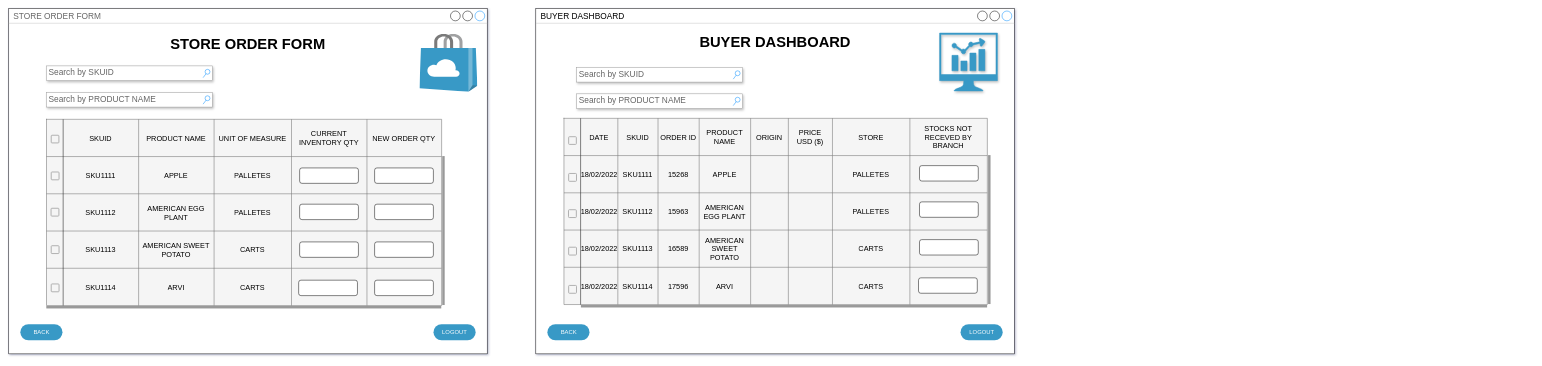
Before: Untitled Diagram.drawio in nahorh/grocery_wireframes, a draw.io diagram. Source tidied: cells renumbered, new cells numbered last; positions are measured from the earlier drawing's top-left corner, leaving out a move shared by most shapes. Both pictures are drawn from the tidied source at 49%, with x=0, y=0 at pixel (8, 8).
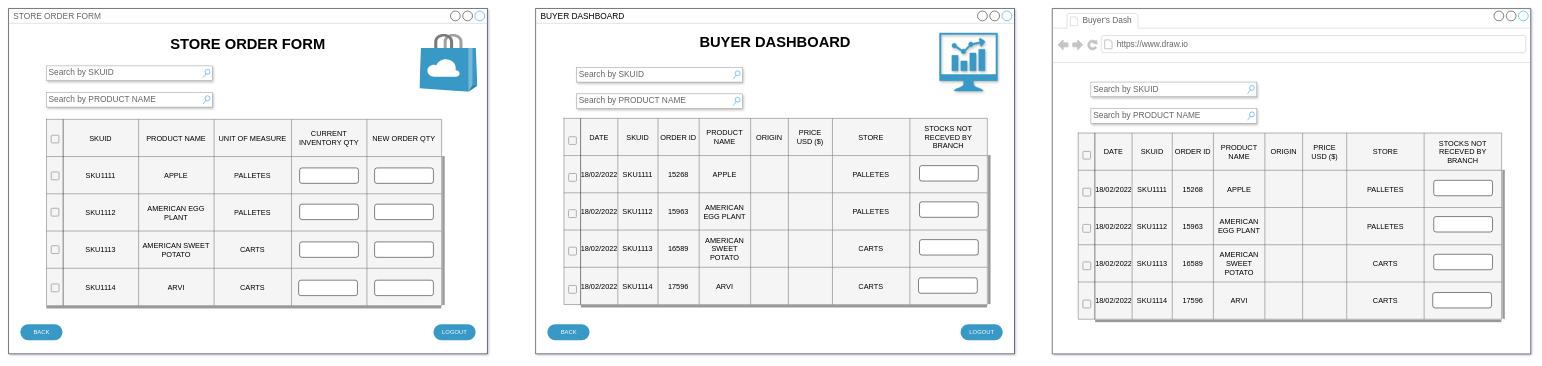
After the change.

Change to the diagram source:
```diff
@@
+    <mxCell id="122" style="strokeWidth=1;shadow=0;dashed=0;align=center;html=1;shape=mxgraph.mockup.containers.browserWindow;rSize=0;strokeColor2=#008cff;strokeColor3=#c4c4c4;mainText=,;rounded=0;sketch=0;fontSize=15;" parent="1" vertex="1">
+      <mxGeometry x="2130" width="976.4" height="704.7" as="geometry" />
+    </mxCell>
+    <mxCell id="123" value="Buyer's Dash" style="strokeWidth=1;shadow=0;dashed=0;align=center;html=1;shape=mxgraph.mockup.containers.anchor;fontSize=17;fontColor=#666666;align=left;rounded=0;sketch=0;fillColor=#3899c6;gradientColor=none;" parent="122" vertex="1">
+      <mxGeometry x="60" y="12" width="110" height="26" as="geometry" />
+    </mxCell>
+    <mxCell id="124" value="https://www.draw.io" style="strokeWidth=1;shadow=0;dashed=0;align=center;html=1;shape=mxgraph.mockup.containers.anchor;rSize=0;fontSize=17;fontColor=#666666;align=left;rounded=0;sketch=0;fillColor=#3899c6;gradientColor=none;" parent="122" vertex="1">
+      <mxGeometry x="130" y="60" width="250" height="26" as="geometry" />
+    </mxCell>
+    <mxCell id="125" style="group;" parent="122" vertex="1">
+      <mxGeometry x="52.9" y="150" width="870.6" height="490" as="geometry" />
+    </mxCell>
+    <mxCell id="126" value="Search by SKUID" style="strokeWidth=1;shadow=1;dashed=0;align=center;html=1;shape=mxgraph.mockup.forms.searchBox;strokeColor=#999999;mainText=;strokeColor2=#008cff;fontColor=#666666;fontSize=17;align=left;spacingLeft=3;" parent="125" vertex="1">
+      <mxGeometry x="25.9" width="338.6" height="30" as="geometry" />
+    </mxCell>
+    <mxCell id="127" value="Search by PRODUCT NAME" style="strokeWidth=1;shadow=1;dashed=0;align=center;html=1;shape=mxgraph.mockup.forms.searchBox;strokeColor=#999999;mainText=;strokeColor2=#008cff;fontColor=#666666;fontSize=17;align=left;spacingLeft=3;" parent="125" vertex="1">
+      <mxGeometry x="25.9" y="54" width="338.6" height="30" as="geometry" />
+    </mxCell>
+    <mxCell id="128" style="shape=table;startSize=0;childLayout=tableLayout;fontSize=15;fillColor=#f5f5f5;strokeColor=#666666;fontColor=#333333;rounded=0;" parent="125" vertex="1">
+      <mxGeometry y="104" width="864.1" height="380" as="geometry" />
+    </mxCell>
+    <mxCell id="129" style="shape=tableRow;horizontal=0;startSize=34;swimlaneHead=0;swimlaneBody=0;top=0;left=0;bottom=0;right=0;fillColor=none;fontSize=15;" parent="128" vertex="1">
+      <mxGeometry width="864.1" height="76" as="geometry" />
+    </mxCell>
+    <mxCell id="130" value="DATE" style="shape=partialRectangle;html=1;whiteSpace=wrap;overflow=hidden;fillColor=none;top=0;left=0;bottom=0;right=0;fontSize=15;" parent="129" vertex="1">
+      <mxGeometry x="34" width="76" height="76" as="geometry" />
+    </mxCell>
+    <mxCell id="131" value="SKUID" style="shape=partialRectangle;html=1;whiteSpace=wrap;overflow=hidden;fillColor=none;top=0;left=0;bottom=0;right=0;fontSize=15;" parent="129" vertex="1">
+      <mxGeometry x="110" width="82" height="76" as="geometry" />
+    </mxCell>
+    <mxCell id="132" value="ORDER ID" style="shape=partialRectangle;html=1;whiteSpace=wrap;overflow=hidden;fillColor=none;top=0;left=0;bottom=0;right=0;fontSize=15;" parent="129" vertex="1">
+      <mxGeometry x="192" width="84" height="76" as="geometry" />
+    </mxCell>
+    <mxCell id="133" value="PRODUCT NAME" style="shape=partialRectangle;html=1;whiteSpace=wrap;overflow=hidden;fillColor=none;top=0;left=0;bottom=0;right=0;fontSize=15;" parent="129" vertex="1">
+      <mxGeometry x="276" width="105" height="76" as="geometry" />
+    </mxCell>
+    <mxCell id="134" value="ORIGIN" style="shape=partialRectangle;html=1;whiteSpace=wrap;overflow=hidden;fillColor=none;top=0;left=0;bottom=0;right=0;fontSize=15;" parent="129" vertex="1">
+      <mxGeometry x="381" width="77" height="76" as="geometry" />
+    </mxCell>
+    <mxCell id="135" value="PRICE&lt;br&gt;USD ($)" style="shape=partialRectangle;html=1;whiteSpace=wrap;overflow=hidden;fillColor=none;top=0;left=0;bottom=0;right=0;fontSize=15;" parent="129" vertex="1">
+      <mxGeometry x="458" width="90" height="76" as="geometry" />
+    </mxCell>
+    <mxCell id="136" value="STORE" style="shape=partialRectangle;html=1;whiteSpace=wrap;overflow=hidden;fillColor=none;top=0;left=0;bottom=0;right=0;fontSize=15;" parent="129" vertex="1">
+      <mxGeometry x="548" width="158" height="76" as="geometry" />
+    </mxCell>
+    <mxCell id="137" value="STOCKS NOT RECEVED BY BRANCH" style="shape=partialRectangle;html=1;whiteSpace=wrap;overflow=hidden;fillColor=none;top=0;left=0;bottom=0;right=0;fontSize=15;" parent="129" vertex="1">
+      <mxGeometry x="706" width="158" height="76" as="geometry" />
+    </mxCell>
+    <mxCell id="138" style="shape=tableRow;horizontal=0;startSize=34;swimlaneHead=0;swimlaneBody=0;top=0;left=0;bottom=0;right=0;fillColor=none;fontSize=15;" parent="128" vertex="1">
+      <mxGeometry y="76" width="864.1" height="76" as="geometry" />
+    </mxCell>
+    <mxCell id="139" value="18/02/2022" style="shape=partialRectangle;html=1;whiteSpace=wrap;overflow=hidden;fillColor=none;top=0;left=0;bottom=0;right=0;fontSize=15;" parent="138" vertex="1">
+      <mxGeometry x="34" width="76" height="76" as="geometry" />
+    </mxCell>
+    <mxCell id="140" value="SKU1111" style="shape=partialRectangle;html=1;whiteSpace=wrap;overflow=hidden;fillColor=none;top=0;left=0;bottom=0;right=0;fontSize=15;" parent="138" vertex="1">
+      <mxGeometry x="110" width="82" height="76" as="geometry" />
+    </mxCell>
+    <mxCell id="141" value="15268" style="shape=partialRectangle;html=1;whiteSpace=wrap;overflow=hidden;fillColor=none;top=0;left=0;bottom=0;right=0;fontSize=15;" parent="138" vertex="1">
+      <mxGeometry x="192" width="84" height="76" as="geometry" />
+    </mxCell>
+    <mxCell id="142" value="APPLE" style="shape=partialRectangle;html=1;whiteSpace=wrap;overflow=hidden;fillColor=none;top=0;left=0;bottom=0;right=0;fontSize=15;" parent="138" vertex="1">
+      <mxGeometry x="276" width="105" height="76" as="geometry" />
+    </mxCell>
+    <mxCell id="143" style="shape=partialRectangle;html=1;whiteSpace=wrap;overflow=hidden;fillColor=none;top=0;left=0;bottom=0;right=0;fontSize=15;" parent="138" vertex="1">
+      <mxGeometry x="381" width="77" height="76" as="geometry" />
+    </mxCell>
+    <mxCell id="144" style="shape=partialRectangle;html=1;whiteSpace=wrap;overflow=hidden;fillColor=none;top=0;left=0;bottom=0;right=0;fontSize=15;" parent="138" vertex="1">
+      <mxGeometry x="458" width="90" height="76" as="geometry" />
+    </mxCell>
+    <mxCell id="145" value="PALLETES" style="shape=partialRectangle;html=1;whiteSpace=wrap;overflow=hidden;fillColor=none;top=0;left=0;bottom=0;right=0;fontSize=15;" parent="138" vertex="1">
+      <mxGeometry x="548" width="158" height="76" as="geometry" />
+    </mxCell>
+    <mxCell id="146" style="shape=partialRectangle;html=1;whiteSpace=wrap;overflow=hidden;fillColor=none;top=0;left=0;bottom=0;right=0;fontSize=15;" parent="138" vertex="1">
+      <mxGeometry x="706" width="158" height="76" as="geometry" />
+    </mxCell>
+    <mxCell id="147" style="shape=tableRow;horizontal=0;startSize=34;swimlaneHead=0;swimlaneBody=0;top=0;left=0;bottom=0;right=0;fillColor=none;fontSize=15;" parent="128" vertex="1">
+      <mxGeometry y="152" width="864.1" height="76" as="geometry" />
+    </mxCell>
+    <mxCell id="148" value="18/02/2022" style="shape=partialRectangle;html=1;whiteSpace=wrap;overflow=hidden;fillColor=none;top=0;left=0;bottom=0;right=0;fontSize=15;" parent="147" vertex="1">
+      <mxGeometry x="34" width="76" height="76" as="geometry" />
+    </mxCell>
+    <mxCell id="149" value="SKU1112" style="shape=partialRectangle;html=1;whiteSpace=wrap;overflow=hidden;fillColor=none;top=0;left=0;bottom=0;right=0;fontSize=15;" parent="147" vertex="1">
+      <mxGeometry x="110" width="82" height="76" as="geometry" />
+    </mxCell>
+    <mxCell id="150" value="15963" style="shape=partialRectangle;html=1;whiteSpace=wrap;overflow=hidden;fillColor=none;top=0;left=0;bottom=0;right=0;fontSize=15;" parent="147" vertex="1">
+      <mxGeometry x="192" width="84" height="76" as="geometry" />
+    </mxCell>
+    <mxCell id="151" value="AMERICAN EGG PLANT" style="shape=partialRectangle;html=1;whiteSpace=wrap;overflow=hidden;fillColor=none;top=0;left=0;bottom=0;right=0;fontSize=15;" parent="147" vertex="1">
+      <mxGeometry x="276" width="105" height="76" as="geometry" />
+    </mxCell>
+    <mxCell id="152" style="shape=partialRectangle;html=1;whiteSpace=wrap;overflow=hidden;fillColor=none;top=0;left=0;bottom=0;right=0;fontSize=15;" parent="147" vertex="1">
+      <mxGeometry x="381" width="77" height="76" as="geometry" />
+    </mxCell>
+    <mxCell id="153" style="shape=partialRectangle;html=1;whiteSpace=wrap;overflow=hidden;fillColor=none;top=0;left=0;bottom=0;right=0;fontSize=15;" parent="147" vertex="1">
+      <mxGeometry x="458" width="90" height="76" as="geometry" />
+    </mxCell>
+    <mxCell id="154" value="PALLETES" style="shape=partialRectangle;html=1;whiteSpace=wrap;overflow=hidden;fillColor=none;top=0;left=0;bottom=0;right=0;fontSize=15;" parent="147" vertex="1">
+      <mxGeometry x="548" width="158" height="76" as="geometry" />
+    </mxCell>
+    <mxCell id="155" style="shape=partialRectangle;html=1;whiteSpace=wrap;overflow=hidden;fillColor=none;top=0;left=0;bottom=0;right=0;fontSize=15;" parent="147" vertex="1">
+      <mxGeometry x="706" width="158" height="76" as="geometry" />
+    </mxCell>
+    <mxCell id="156" style="shape=tableRow;horizontal=0;startSize=34;swimlaneHead=0;swimlaneBody=0;top=0;left=0;bottom=0;right=0;fillColor=none;fontSize=15;" parent="128" vertex="1">
+      <mxGeometry y="228" width="864.1" height="76" as="geometry" />
+    </mxCell>
+    <mxCell id="157" value="&lt;span&gt;18/02/2022&lt;/span&gt;" style="shape=partialRectangle;html=1;whiteSpace=wrap;overflow=hidden;fillColor=none;top=0;left=0;bottom=0;right=0;fontSize=15;" parent="156" vertex="1">
+      <mxGeometry x="34" width="76" height="76" as="geometry" />
+    </mxCell>
+    <mxCell id="158" value="SKU1113" style="shape=partialRectangle;html=1;whiteSpace=wrap;overflow=hidden;fillColor=none;top=0;left=0;bottom=0;right=0;fontSize=15;" parent="156" vertex="1">
+      <mxGeometry x="110" width="82" height="76" as="geometry" />
+    </mxCell>
+    <mxCell id="159" value="16589" style="shape=partialRectangle;html=1;whiteSpace=wrap;overflow=hidden;fillColor=none;top=0;left=0;bottom=0;right=0;fontSize=15;" parent="156" vertex="1">
+      <mxGeometry x="192" width="84" height="76" as="geometry" />
+    </mxCell>
+    <mxCell id="160" value="AMERICAN SWEET POTATO" style="shape=partialRectangle;html=1;whiteSpace=wrap;overflow=hidden;fillColor=none;top=0;left=0;bottom=0;right=0;fontSize=15;" parent="156" vertex="1">
+      <mxGeometry x="276" width="105" height="76" as="geometry" />
+    </mxCell>
+    <mxCell id="161" style="shape=partialRectangle;html=1;whiteSpace=wrap;overflow=hidden;fillColor=none;top=0;left=0;bottom=0;right=0;fontSize=15;" parent="156" vertex="1">
+      <mxGeometry x="381" width="77" height="76" as="geometry" />
+    </mxCell>
+    <mxCell id="162" style="shape=partialRectangle;html=1;whiteSpace=wrap;overflow=hidden;fillColor=none;top=0;left=0;bottom=0;right=0;fontSize=15;" parent="156" vertex="1">
+      <mxGeometry x="458" width="90" height="76" as="geometry" />
+    </mxCell>
+    <mxCell id="163" value="&lt;span&gt;CARTS&lt;/span&gt;" style="shape=partialRectangle;html=1;whiteSpace=wrap;overflow=hidden;fillColor=none;top=0;left=0;bottom=0;right=0;fontSize=15;" parent="156" vertex="1">
+      <mxGeometry x="548" width="158" height="76" as="geometry" />
+    </mxCell>
+    <mxCell id="164" style="shape=partialRectangle;html=1;whiteSpace=wrap;overflow=hidden;fillColor=none;top=0;left=0;bottom=0;right=0;fontSize=15;" parent="156" vertex="1">
+      <mxGeometry x="706" width="158" height="76" as="geometry" />
+    </mxCell>
+    <mxCell id="165" style="shape=tableRow;horizontal=0;startSize=34;swimlaneHead=0;swimlaneBody=0;top=0;left=0;bottom=0;right=0;fillColor=none;fontSize=15;" parent="128" vertex="1">
+      <mxGeometry y="304" width="864.1" height="76" as="geometry" />
+    </mxCell>
+    <mxCell id="166" value="&lt;span&gt;18/02/2022&lt;/span&gt;" style="shape=partialRectangle;html=1;whiteSpace=wrap;overflow=hidden;fillColor=none;top=0;left=0;bottom=0;right=0;fontSize=15;" parent="165" vertex="1">
+      <mxGeometry x="34" width="76" height="76" as="geometry" />
+    </mxCell>
+    <mxCell id="167" value="SKU1114" style="shape=partialRectangle;html=1;whiteSpace=wrap;overflow=hidden;fillColor=none;top=0;left=0;bottom=0;right=0;fontSize=15;" parent="165" vertex="1">
+      <mxGeometry x="110" width="82" height="76" as="geometry" />
+    </mxCell>
+    <mxCell id="168" value="17596" style="shape=partialRectangle;html=1;whiteSpace=wrap;overflow=hidden;fillColor=none;top=0;left=0;bottom=0;right=0;fontSize=15;" parent="165" vertex="1">
+      <mxGeometry x="192" width="84" height="76" as="geometry" />
+    </mxCell>
+    <mxCell id="169" value="ARVI" style="shape=partialRectangle;html=1;whiteSpace=wrap;overflow=hidden;fillColor=none;top=0;left=0;bottom=0;right=0;fontSize=15;" parent="165" vertex="1">
+      <mxGeometry x="276" width="105" height="76" as="geometry" />
+    </mxCell>
+    <mxCell id="170" style="shape=partialRectangle;html=1;whiteSpace=wrap;overflow=hidden;fillColor=none;top=0;left=0;bottom=0;right=0;fontSize=15;" parent="165" vertex="1">
+      <mxGeometry x="381" width="77" height="76" as="geometry" />
+    </mxCell>
+    <mxCell id="171" style="shape=partialRectangle;html=1;whiteSpace=wrap;overflow=hidden;fillColor=none;top=0;left=0;bottom=0;right=0;fontSize=15;" parent="165" vertex="1">
+      <mxGeometry x="458" width="90" height="76" as="geometry" />
+    </mxCell>
+    <mxCell id="172" value="&lt;span&gt;CARTS&lt;/span&gt;" style="shape=partialRectangle;html=1;whiteSpace=wrap;overflow=hidden;fillColor=none;top=0;left=0;bottom=0;right=0;fontSize=15;" parent="165" vertex="1">
+      <mxGeometry x="548" width="158" height="76" as="geometry" />
+    </mxCell>
+    <mxCell id="173" style="shape=partialRectangle;html=1;whiteSpace=wrap;overflow=hidden;fillColor=none;top=0;left=0;bottom=0;right=0;fontSize=15;" parent="165" vertex="1">
+      <mxGeometry x="706" width="158" height="76" as="geometry" />
+    </mxCell>
+    <mxCell id="174" style="dashed=0;labelPosition=right;align=left;shape=mxgraph.gmdl.checkbox;strokeColor=#B0B0B0;fillColor=none;strokeWidth=2;sketch=0;" parent="125" vertex="1">
+      <mxGeometry x="9.6" y="445" width="16" height="16" as="geometry" />
+    </mxCell>
+    <mxCell id="175" style="dashed=0;labelPosition=right;align=left;shape=mxgraph.gmdl.checkbox;strokeColor=#B0B0B0;fillColor=none;strokeWidth=2;sketch=0;" parent="125" vertex="1">
+      <mxGeometry x="9.6" y="367" width="16" height="16" as="geometry" />
+    </mxCell>
+    <mxCell id="176" style="strokeWidth=1;html=1;shadow=0;dashed=0;shape=mxgraph.android.scrollbars2;fillColor=#999999;strokeColor=none;rounded=0;sketch=0;fontSize=15;" parent="125" vertex="1">
+      <mxGeometry x="34.6" y="179" width="836" height="311" as="geometry" />
+    </mxCell>
+    <mxCell id="177" style="dashed=0;labelPosition=right;align=left;shape=mxgraph.gmdl.checkbox;strokeColor=#B0B0B0;fillColor=none;strokeWidth=2;sketch=0;" parent="125" vertex="1">
+      <mxGeometry x="9.6" y="141.5" width="15.7" height="15.7" as="geometry" />
+    </mxCell>
+    <mxCell id="178" style="dashed=0;labelPosition=right;align=left;shape=mxgraph.gmdl.checkbox;strokeColor=#B0B0B0;fillColor=none;strokeWidth=2;sketch=0;" parent="125" vertex="1">
+      <mxGeometry x="9.6" y="216.5" width="16" height="16" as="geometry" />
+    </mxCell>
+    <mxCell id="179" style="dashed=0;labelPosition=right;align=left;shape=mxgraph.gmdl.checkbox;strokeColor=#B0B0B0;fillColor=none;strokeWidth=2;sketch=0;" parent="125" vertex="1">
+      <mxGeometry x="9.3" y="290.5" width="16" height="16" as="geometry" />
+    </mxCell>
+    <mxCell id="180" style="rounded=1;whiteSpace=wrap;html=1;shadow=0;sketch=0;fontSize=15;" parent="125" vertex="1">
+      <mxGeometry x="725.6" y="200.5" width="120" height="31.5" as="geometry" />
+    </mxCell>
+    <mxCell id="181" style="rounded=1;whiteSpace=wrap;html=1;shadow=0;sketch=0;fontSize=15;" parent="125" vertex="1">
+      <mxGeometry x="725.6" y="274.5" width="120" height="31.5" as="geometry" />
+    </mxCell>
+    <mxCell id="182" style="rounded=1;whiteSpace=wrap;html=1;shadow=0;sketch=0;fontSize=15;" parent="125" vertex="1">
+      <mxGeometry x="725.6" y="351.5" width="120" height="31.5" as="geometry" />
+    </mxCell>
+    <mxCell id="183" style="rounded=1;whiteSpace=wrap;html=1;shadow=0;sketch=0;fontSize=15;" parent="125" vertex="1">
+      <mxGeometry x="723.6" y="429.5" width="120" height="31.5" as="geometry" />
+    </mxCell>
```
